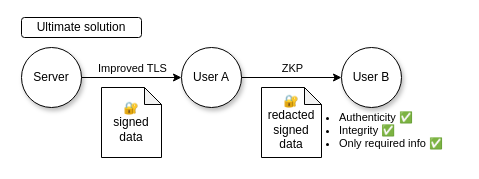
Above: diagrams/data_provenance_ultimate.drawio in tlsnotary/docs-mdbook (draw.io), before the change. Source tidied: cells renumbered, new cells numbered last; positions are measured from the earlier drawing's top-left corner, leaving out a move shared by most shapes. Both pictures are drawn from the tidied source at 100%, with x=0, y=0 at pixel (21, 17).
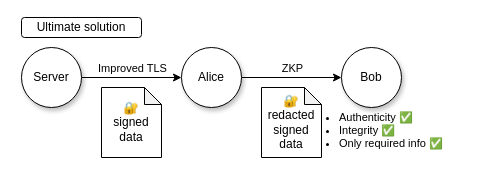
Above is the later version.

What changed in the source:
```diff
@@
 <mxGraphModel>
   <root>
     <mxCell id="0" />
     <mxCell id="1" parent="0" />
     <mxCell id="2" value="Ultimate solution" style="rounded=1;whiteSpace=wrap;html=1;" parent="1" vertex="1">
       <mxGeometry width="120" height="20" as="geometry" />
     </mxCell>
     <mxCell id="3" value="Server" style="ellipse;whiteSpace=wrap;html=1;shadow=1;" parent="1" vertex="1">
       <mxGeometry y="30" width="60" height="60" as="geometry" />
     </mxCell>
-    <mxCell id="4" value="User A" style="ellipse;whiteSpace=wrap;html=1;shadow=1;" parent="1" vertex="1">
+    <mxCell id="4" value="Alice" style="ellipse;whiteSpace=wrap;html=1;shadow=1;" parent="1" vertex="1">
       <mxGeometry x="160" y="30" width="60" height="60" as="geometry" />
     </mxCell>
-    <mxCell id="5" value="User B" style="ellipse;whiteSpace=wrap;html=1;shadow=1;" parent="1" vertex="1">
+    <mxCell id="5" value="Bob" style="ellipse;whiteSpace=wrap;html=1;shadow=1;" parent="1" vertex="1">
       <mxGeometry x="320" y="30" width="60" height="60" as="geometry" />
     </mxCell>
     <mxCell id="6" style="edgeStyle=orthogonalEdgeStyle;rounded=0;jettySize=auto;html=1;exitX=1;exitY=0.5;exitDx=0;exitDy=0;entryX=0;entryY=0.5;entryDx=0;entryDy=0;" parent="1" edge="1" source="4" target="5">
       <mxGeometry relative="1" as="geometry" />
     </mxCell>
     <mxCell id="7" value="ZKP" style="edgeLabel;html=1;align=center;verticalAlign=middle;" parent="6" vertex="1">
       <mxGeometry x="-0.24" y="1" relative="1" as="geometry">
         <mxPoint x="12" y="-9" as="offset" />
       </mxGeometry>
     </mxCell>
     <mxCell id="8" style="endArrow=classic;html=1;rounded=0;exitX=1;exitY=0.5;exitDx=0;exitDy=0;" parent="1" edge="1" source="3" target="4">
       <mxGeometry relative="1" as="geometry" />
     </mxCell>
     <mxCell id="9" value="Improved TLS" style="edgeLabel;html=1;align=center;verticalAlign=middle;" parent="8" vertex="1">
       <mxGeometry x="-0.15" y="-1" relative="1" as="geometry">
         <mxPoint x="7" y="-11" as="offset" />
       </mxGeometry>
     </mxCell>
     <mxCell id="10" value="🔐&lt;br&gt;signed&lt;br&gt;data&lt;br&gt;" style="shape=note;whiteSpace=wrap;html=1;backgroundOutline=1;darkOpacity=0.05;size=17;" parent="1" vertex="1">
       <mxGeometry x="80" y="70" width="60" height="70" as="geometry" />
     </mxCell>
     <mxCell id="11" value="🔐redacted&lt;br&gt;signed&lt;br style=&quot;border-color: var(--border-color);&quot;&gt;data" style="shape=note;whiteSpace=wrap;html=1;backgroundOutline=1;darkOpacity=0.05;size=17;" parent="1" vertex="1">
       <mxGeometry x="240" y="70" width="60" height="70" as="geometry" />
     </mxCell>
     <mxCell id="12" value="&lt;ul style=&quot;font-size: 11px;&quot;&gt;&lt;li style=&quot;border-color: var(--border-color);&quot;&gt;Authenticity ✅&lt;/li&gt;&lt;li style=&quot;border-color: var(--border-color);&quot;&gt;Integrity&amp;nbsp;✅&lt;/li&gt;&lt;li style=&quot;border-color: var(--border-color);&quot;&gt;Only required info&amp;nbsp;✅&lt;br&gt;&lt;/li&gt;&lt;/ul&gt;" style="rounded=0;whiteSpace=wrap;html=1;align=left;fillColor=none;strokeColor=none;horizontal=1;" parent="1" vertex="1">
       <mxGeometry x="276" y="83" width="164" height="60" as="geometry" />
     </mxCell>
   </root>
 </mxGraphModel>
```
